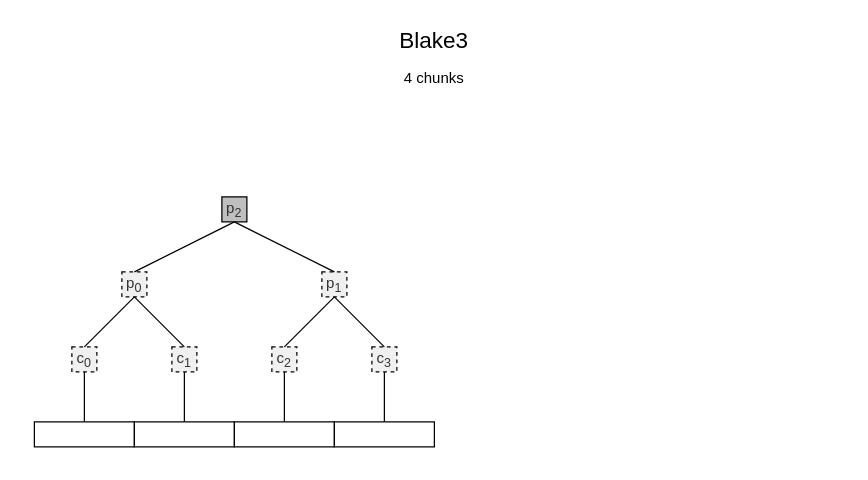
Before: page "Blake-4" (4 of 26) of blake-tree.drawio in rklaehn/ipfs-embed-ipfs-camp-2022, a draw.io diagram. Source tidied: cells renumbered, new cells numbered last; positions are measured from the earlier drawing's top-left corner, leaving out a move shared by most shapes. Both pictures are drawn from the tidied source at 125%, with x=0, y=0 at pixel (21, 21).
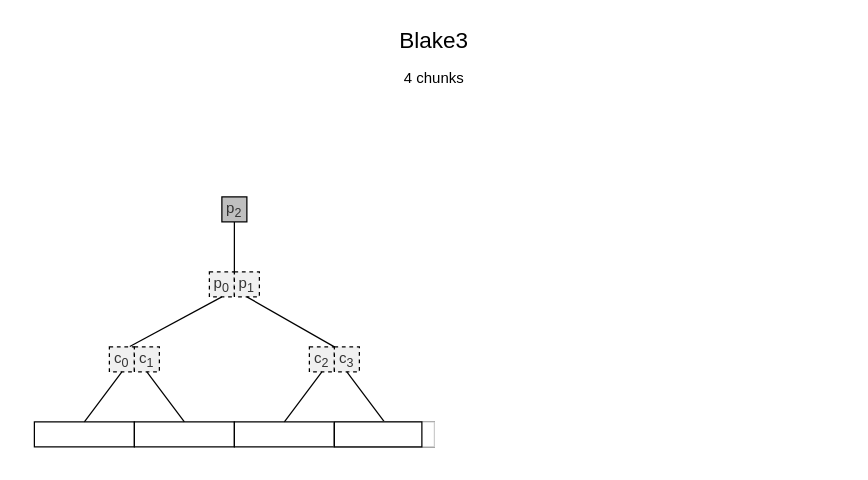
Above is the later version.

Unchanged cells that the change refers to:
```xml
<mxCell id="19" value="p&lt;sub&gt;2&lt;/sub&gt;" style="whiteSpace=wrap;html=1;fillColor=#BFBFBF;strokeColor=#000000;fontColor=#333333;" parent="1" vertex="1">
  <mxGeometry x="160" y="140" width="20" height="20" as="geometry" />
</mxCell>
```

What changed in the source:
```diff
@@
     <mxCell id="5" value="c&lt;sub&gt;0&lt;/sub&gt;" style="whiteSpace=wrap;html=1;fillColor=#F0F0F0;strokeColor=#000000;fontColor=#333333;dashed=1;" parent="1" vertex="1">
-      <mxGeometry x="40" y="260" width="20" height="20" as="geometry" />
+      <mxGeometry x="70" y="260" width="20" height="20" as="geometry" />
     </mxCell>
@@
     <mxCell id="9" value="c&lt;sub&gt;1&lt;/sub&gt;" style="whiteSpace=wrap;html=1;fillColor=#F0F0F0;strokeColor=#000000;fontColor=#333333;dashed=1;" parent="1" vertex="1">
-      <mxGeometry x="120" y="260" width="20" height="20" as="geometry" />
+      <mxGeometry x="90" y="260" width="20" height="20" as="geometry" />
     </mxCell>
@@
     <mxCell id="12" value="c&lt;sub&gt;2&lt;/sub&gt;" style="whiteSpace=wrap;html=1;fillColor=#F0F0F0;strokeColor=#000000;fontColor=#333333;dashed=1;" parent="1" vertex="1">
-      <mxGeometry x="200" y="260" width="20" height="20" as="geometry" />
+      <mxGeometry x="230" y="260" width="20" height="20" as="geometry" />
     </mxCell>
@@
     <mxCell id="15" value="c&lt;sub&gt;3&lt;/sub&gt;" style="whiteSpace=wrap;html=1;fillColor=#F0F0F0;strokeColor=#000000;fontColor=#333333;dashed=1;" parent="1" vertex="1">
-      <mxGeometry x="280" y="260" width="20" height="20" as="geometry" />
+      <mxGeometry x="250" y="260" width="20" height="20" as="geometry" />
     </mxCell>
@@
     <mxCell id="17" value="p&lt;sub&gt;0&lt;/sub&gt;" style="whiteSpace=wrap;html=1;fillColor=#F0F0F0;strokeColor=#000000;fontColor=#333333;dashed=1;" parent="1" vertex="1">
-      <mxGeometry x="80" y="200" width="20" height="20" as="geometry" />
+      <mxGeometry x="150" y="200" width="20" height="20" as="geometry" />
     </mxCell>
     <mxCell id="18" value="p&lt;sub&gt;1&lt;/sub&gt;" style="whiteSpace=wrap;html=1;fillColor=#F0F0F0;strokeColor=#000000;fontColor=#333333;dashed=1;" parent="1" vertex="1">
-      <mxGeometry x="240" y="200" width="20" height="20" as="geometry" />
+      <mxGeometry x="170" y="200" width="20" height="20" as="geometry" />
     </mxCell>
@@
-    <mxCell id="20" style="endArrow=none;html=1;rounded=0;fontSize=18;entryX=0.5;entryY=1;entryDx=0;entryDy=0;exitX=0.5;exitY=0;exitDx=0;exitDy=0;" parent="1" edge="1" source="17" target="19">
+    <mxCell id="20" style="endArrow=none;html=1;rounded=0;fontSize=18;entryX=0.5;entryY=1;entryDx=0;entryDy=0;exitX=0;exitY=0;exitDx=0;exitDy=0;" parent="1" edge="1" source="18" target="19">
       <mxGeometry relative="1" as="geometry" />
     </mxCell>
-    <mxCell id="21" style="endArrow=none;html=1;rounded=0;fontSize=18;entryX=0.5;entryY=1;entryDx=0;entryDy=0;exitX=0.5;exitY=0;exitDx=0;exitDy=0;" parent="1" edge="1" source="18" target="19">
-      <mxGeometry relative="1" as="geometry" />
-    </mxCell>
-    <mxCell id="22" style="endArrow=none;html=1;rounded=0;fontSize=18;entryX=0.5;entryY=1;entryDx=0;entryDy=0;exitX=0.5;exitY=0;exitDx=0;exitDy=0;" parent="1" edge="1" source="5" target="17">
+    <mxCell id="22" style="endArrow=none;html=1;rounded=0;fontSize=18;entryX=0.5;entryY=1;entryDx=0;entryDy=0;exitX=-0.183;exitY=-0.017;exitDx=0;exitDy=0;exitPerimeter=0;" parent="1" edge="1" source="9" target="17">
       <mxGeometry relative="1" as="geometry" />
     </mxCell>
-    <mxCell id="23" style="endArrow=none;html=1;rounded=0;fontSize=18;exitX=0.5;exitY=0;exitDx=0;exitDy=0;" parent="1" edge="1" source="9">
-      <mxGeometry relative="1" as="geometry">
-        <mxPoint x="90" y="220" as="targetPoint" />
-      </mxGeometry>
-    </mxCell>
-    <mxCell id="24" style="endArrow=none;html=1;rounded=0;fontSize=18;exitX=0.5;exitY=1;exitDx=0;exitDy=0;entryX=0.5;entryY=0;entryDx=0;entryDy=0;" parent="1" edge="1" source="18" target="15">
+    <mxCell id="24" style="endArrow=none;html=1;rounded=0;fontSize=18;exitX=0.5;exitY=1;exitDx=0;exitDy=0;entryX=0;entryY=0;entryDx=0;entryDy=0;" parent="1" edge="1" source="18" target="15">
       <mxGeometry relative="1" as="geometry" />
     </mxCell>
-    <mxCell id="25" style="endArrow=none;html=1;rounded=0;fontSize=18;entryX=0.5;entryY=1;entryDx=0;entryDy=0;exitX=0.5;exitY=0;exitDx=0;exitDy=0;" parent="1" edge="1" source="12" target="18">
-      <mxGeometry relative="1" as="geometry" />
-    </mxCell>
+    <mxCell id="26" style="rounded=0;whiteSpace=wrap;html=1;strokeColor=#CCCCCC;" parent="1" vertex="1">
+      <mxGeometry x="250" y="320" width="80" height="20" as="geometry" />
+    </mxCell>
+    <mxCell id="27" style="rounded=0;whiteSpace=wrap;html=1;strokeColor=#000000;fillColor=#FFFFFF;" parent="1" vertex="1">
+      <mxGeometry x="250" y="320" width="70" height="20" as="geometry" />
+    </mxCell>
```
